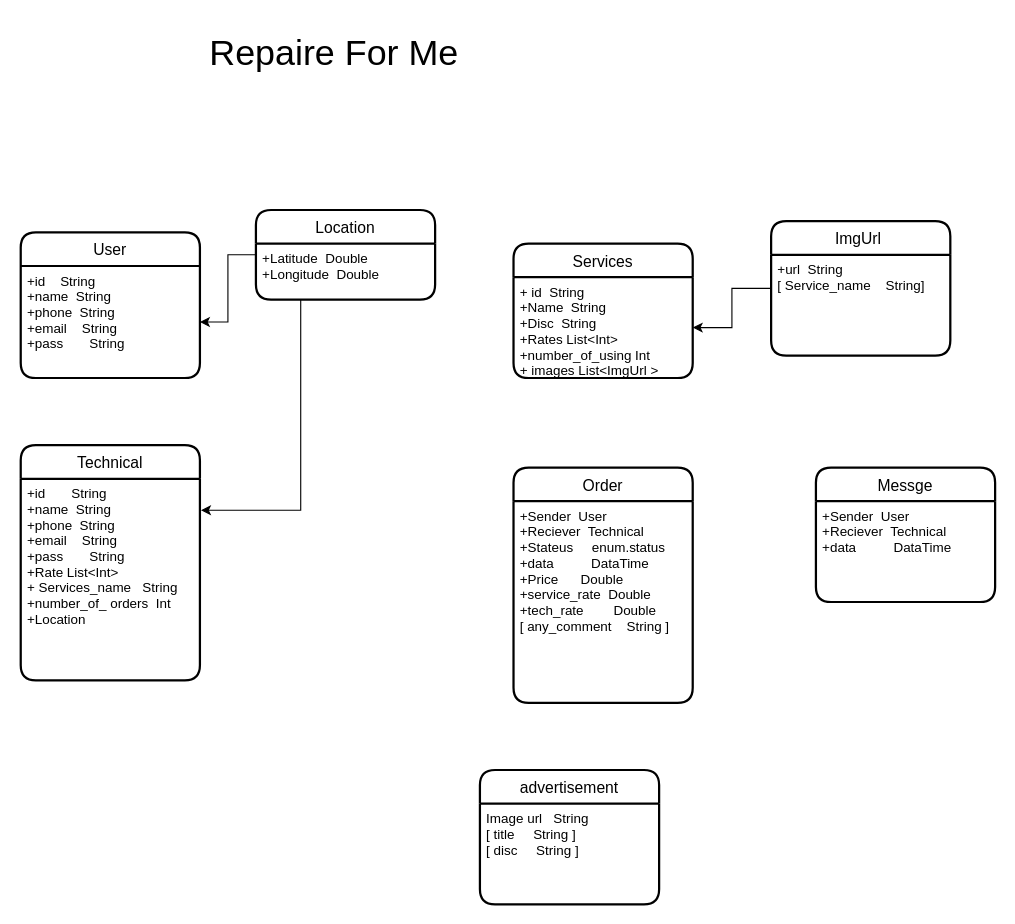
Above: app/App_Plans.drawio in HassanSayedHassan/zooApp (draw.io), before the change. Source tidied: cells renumbered, new cells numbered last; positions are measured from the earlier drawing's top-left corner, leaving out a move shared by most shapes. Both pictures are drawn from the tidied source at 112%, with x=0, y=0 at pixel (20, 19).
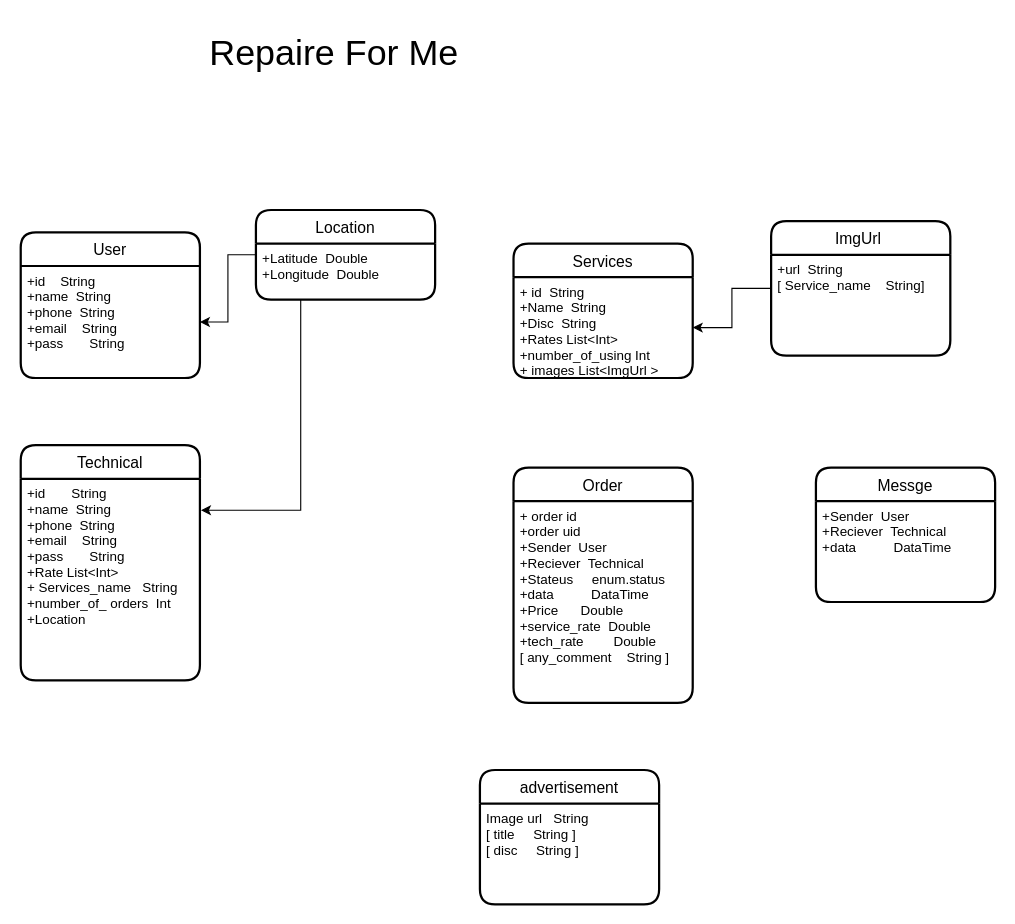
After the change.

Unchanged cells that the change refers to:
```xml
<mxCell id="17" value="Order" style="swimlane;horizontal=1;startSize=30;rounded=1;fontSize=14;fontStyle=0;strokeWidth=2;shadow=0;dashed=0;align=center;" parent="1" vertex="1">
  <mxGeometry x="440" y="400" width="160" height="210" as="geometry" />
</mxCell>
```

What changed in the source:
```diff
@@
-    <mxCell id="18" value="+Sender  User&#10;+Reciever  Technical&#10;+Stateus     enum.status&#10;+data          DataTime&#10;+Price      Double&#10;+service_rate  Double&#10;+tech_rate        Double&#10;[ any_comment    String ]" style="align=left;strokeColor=none;fillColor=none;spacingLeft=4;fontSize=12;verticalAlign=top;" parent="17" vertex="1">
+    <mxCell id="18" value="+ order id&#10;+order uid&#10;+Sender  User&#10;+Reciever  Technical&#10;+Stateus     enum.status&#10;+data          DataTime&#10;+Price      Double&#10;+service_rate  Double&#10;+tech_rate        Double&#10;[ any_comment    String ]" style="align=left;strokeColor=none;fillColor=none;spacingLeft=4;fontSize=12;verticalAlign=top;" parent="17" vertex="1">
       <mxGeometry y="30" width="160" height="180" as="geometry" />
     </mxCell>
```
